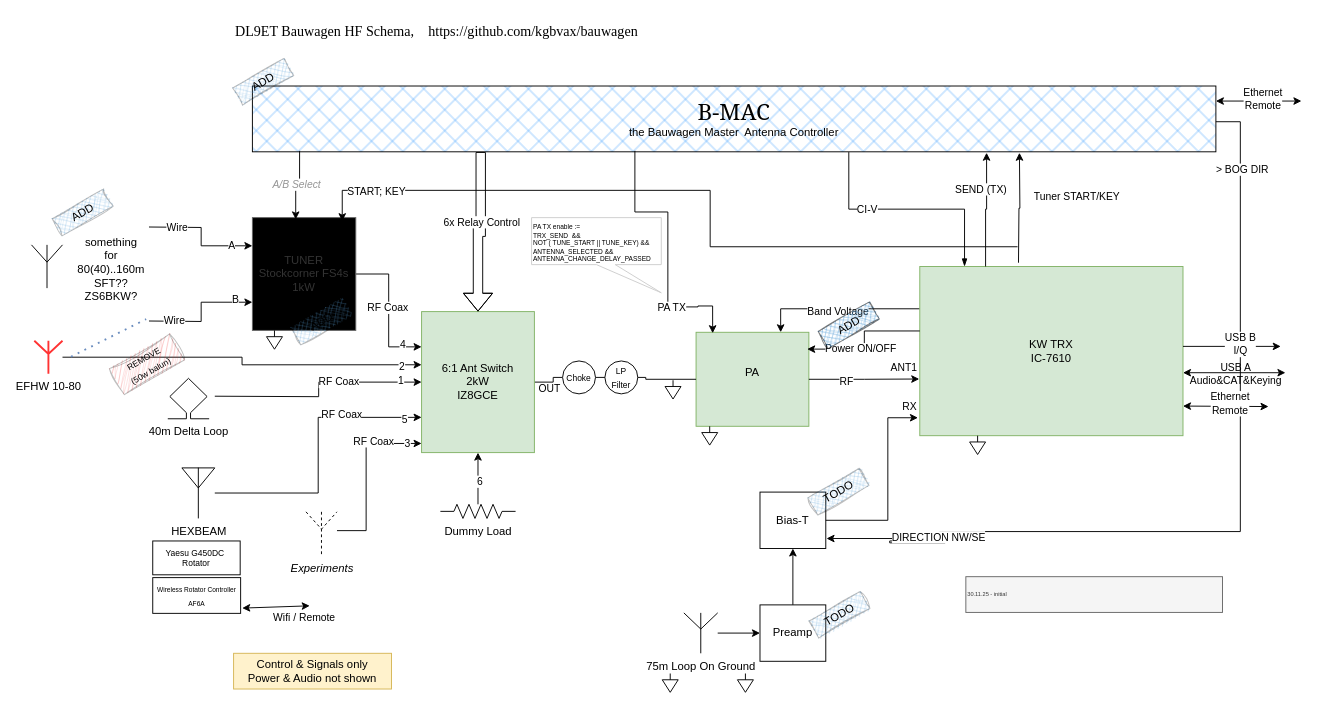
Before: BauwagenHF.drawio in kgbvax/bauwagen, a draw.io diagram. Source tidied: cells renumbered, new cells numbered last; positions are measured from the earlier drawing's top-left corner, leaving out a move shared by most shapes. Both pictures are drawn from the tidied source at 94%, with x=0, y=0 at pixel (31, 16).
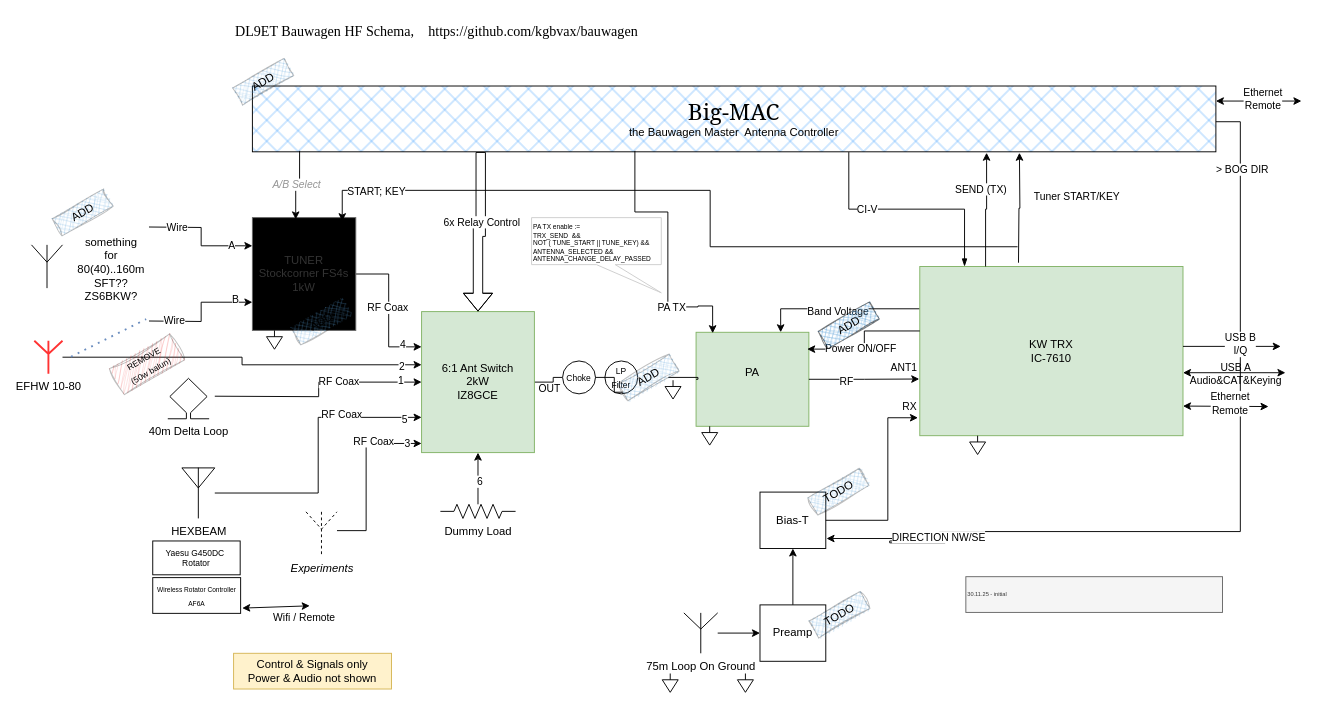
Above is the later version.

Unchanged cells that the change refers to:
```xml
<mxCell id="9" value="PA&lt;br&gt;&amp;nbsp;" style="rounded=0;whiteSpace=wrap;html=1;fillColor=#d5e8d4;strokeColor=#82b366;" parent="1" vertex="1">
  <mxGeometry x="707" y="336" width="120" height="100" as="geometry" />
</mxCell>
<mxCell id="70" value="&lt;font style=&quot;font-size: 9px;&quot;&gt;Choke&lt;/font&gt;" style="ellipse;whiteSpace=wrap;html=1;" parent="1" vertex="1">
  <mxGeometry x="565" y="366.5" width="35" height="35" as="geometry" />
</mxCell>
```

Change to the diagram source:
```diff
@@
-    <mxCell id="8" value="&lt;font face=&quot;Georgia&quot; style=&quot;font-size: 24px;&quot;&gt;B-MAC&lt;br&gt;&lt;/font&gt;the Bauwagen Master&amp;nbsp; Antenna Controller" style="rounded=0;whiteSpace=wrap;html=1;fillStyle=cross-hatch;fillColor=#3399FF;" parent="1" vertex="1">
+    <mxCell id="8" value="&lt;font face=&quot;Georgia&quot; style=&quot;font-size: 24px;&quot;&gt;Big-MAC&lt;br&gt;&lt;/font&gt;the Bauwagen Master&amp;nbsp; Antenna Controller" style="rounded=0;whiteSpace=wrap;html=1;fillStyle=cross-hatch;fillColor=#3399FF;" parent="1" vertex="1">
       <mxGeometry x="235" y="74" width="1025" height="70" as="geometry" />
     </mxCell>
@@
-    <mxCell id="69" style="edgeStyle=orthogonalEdgeStyle;rounded=0;jettySize=auto;html=1;entryX=0;entryY=0.5;entryDx=0;entryDy=0;endArrow=none;endFill=0;" parent="1" edge="1" source="70" target="9">
+    <mxCell id="69" style="edgeStyle=orthogonalEdgeStyle;rounded=0;jettySize=auto;html=1;entryX=0;entryY=0.5;entryDx=0;entryDy=0;endArrow=none;endFill=0;" parent="1" edge="1" source="103" target="9">
       <mxGeometry relative="1" as="geometry" />
     </mxCell>
@@
+    <mxCell id="102" style="edgeStyle=orthogonalEdgeStyle;rounded=0;jettySize=auto;html=1;entryX=0;entryY=0.5;entryDx=0;entryDy=0;endArrow=none;endFill=0;" parent="1" edge="1" source="70" target="103">
+      <mxGeometry relative="1" as="geometry" />
+    </mxCell>
+    <mxCell id="103" value="ADD" style="text;html=1;whiteSpace=wrap;strokeColor=default;fillColor=light-dark(#60a5d9, #ededed);align=center;verticalAlign=middle;rounded=0;rotation=-30;fillStyle=cross-hatch;sketch=1;curveFitting=1;jiggle=2;opacity=25;" parent="1" vertex="1">
+      <mxGeometry x="625" y="373.5" width="63" height="21" as="geometry" />
+    </mxCell>
```
